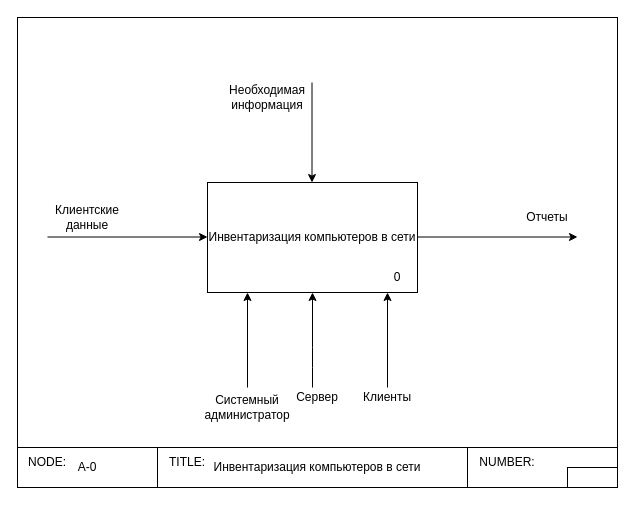
Above: Контекстная диаграмма "Инвентаризация компьютеров в сети".drawio in OhotnikovV/AvIS (draw.io), before the change. Source tidied: cells renumbered, new cells numbered last; positions are measured from the earlier drawing's top-left corner, leaving out a move shared by most shapes. Both pictures are drawn from the tidied source at 100%, with x=0, y=0 at pixel (17, 17).
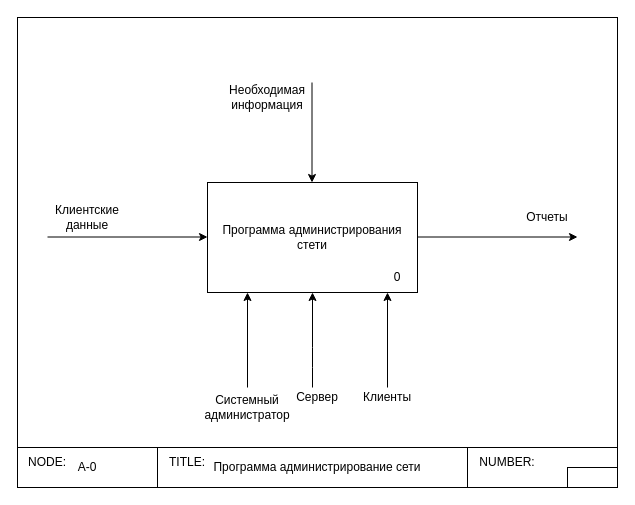
Above is the later version.

Commit message:
Диаграмма теперь называется администрирование сети..drawio

The edit, as a diff of the source:
```diff
@@
-    <mxCell id="2" value="Инвентаризация компьютеров в сети" style="rounded=0;whiteSpace=wrap;html=1;" parent="1" vertex="1">
+    <mxCell id="2" value="Программа администрирования стети" style="rounded=0;whiteSpace=wrap;html=1;" parent="1" vertex="1">
       <mxGeometry x="190" y="165" width="210" height="110" as="geometry" />
     </mxCell>
@@
-    <mxCell id="21" value="Инвентаризация компьютеров в сети" style="text;html=1;strokeColor=none;fillColor=none;align=center;verticalAlign=middle;whiteSpace=wrap;rounded=0;shadow=0;" parent="1" vertex="1">
+    <mxCell id="21" value="Программа администрирование сети" style="text;html=1;strokeColor=none;fillColor=none;align=center;verticalAlign=middle;whiteSpace=wrap;rounded=0;shadow=0;" parent="1" vertex="1">
       <mxGeometry x="190" y="440" width="220" height="20" as="geometry" />
     </mxCell>
```
